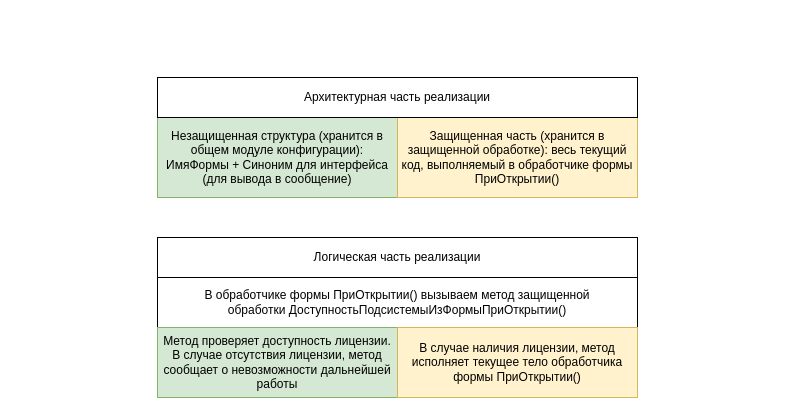
This is page "Архитектурная часть" (1 of 2) of WMS-13 Лицензирование модулей системы.drawio from flln23/TopLog_Diagrams, a draw.io file, before an edit. Source tidied: cells renumbered, new cells numbered last; positions are measured from the earlier drawing's top-left corner, leaving out a move shared by most shapes. Both pictures are drawn from the tidied source at 100%, with x=0, y=0 at pixel (157, 77).
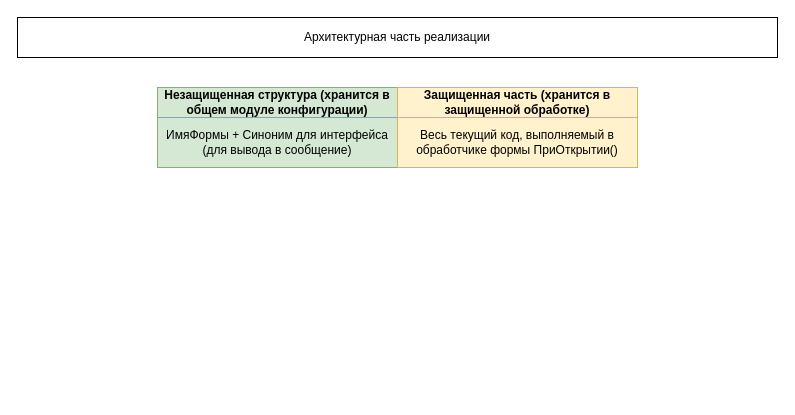
The same diagram, later.

Change to the diagram source:
```diff
@@
 <mxGraphModel>
   <root>
     <mxCell id="0" />
     <mxCell id="1" parent="0" />
-    <mxCell id="2" value="Незащищенная структура (хранится в общем модуле конфигурации):&lt;br&gt;ИмяФормы + Синоним для интерфейса (для вывода в сообщение)" style="rounded=0;whiteSpace=wrap;html=1;fillColor=#d5e8d4;strokeColor=#82b366;" parent="1" vertex="1">
-      <mxGeometry y="40" width="240" height="80" as="geometry" />
+    <mxCell id="2" value="ИмяФормы + Синоним для интерфейса (для вывода в сообщение)" style="rounded=0;whiteSpace=wrap;html=1;fillColor=#d5e8d4;strokeColor=#82b366;" parent="1" vertex="1">
+      <mxGeometry y="40" width="240" height="50" as="geometry" />
     </mxCell>
-    <mxCell id="3" value="Защищенная часть (хранится в защищенной обработке): весь текущий код, выполняемый в обработчике формы ПриОткрытии()" style="rounded=0;whiteSpace=wrap;html=1;fillColor=#fff2cc;strokeColor=#d6b656;" parent="1" vertex="1">
-      <mxGeometry x="240" y="40" width="240" height="80" as="geometry" />
+    <mxCell id="3" value="Весь текущий код, выполняемый в обработчике формы ПриОткрытии()" style="rounded=0;whiteSpace=wrap;html=1;fillColor=#fff2cc;strokeColor=#d6b656;" parent="1" vertex="1">
+      <mxGeometry x="240" y="40" width="240" height="50" as="geometry" />
     </mxCell>
-    <mxCell id="4" value="Логическая часть реализации" style="rounded=0;whiteSpace=wrap;html=1;" parent="1" vertex="1">
-      <mxGeometry y="160" width="480" height="40" as="geometry" />
-    </mxCell>
-    <mxCell id="5" value="В обработчике формы ПриОткрытии() вызываем метод защищенной обработки&amp;nbsp;ДоступностьПодсистемыИзФормыПриОткрытии()" style="rounded=0;whiteSpace=wrap;html=1;" parent="1" vertex="1">
-      <mxGeometry y="200" width="480" height="50" as="geometry" />
-    </mxCell>
-    <mxCell id="6" value="Метод проверяет доступность лицензии. В случае отсутствия лицензии, метод сообщает о невозможности дальнейшей работы" style="rounded=0;whiteSpace=wrap;html=1;fillColor=#d5e8d4;strokeColor=#82b366;" parent="1" vertex="1">
-      <mxGeometry y="250" width="240" height="70" as="geometry" />
-    </mxCell>
-    <mxCell id="7" value="В случае наличия лицензии, метод исполняет текущее тело обработчика формы ПриОткрытии()" style="rounded=0;whiteSpace=wrap;html=1;fillColor=#fff2cc;strokeColor=#d6b656;" parent="1" vertex="1">
-      <mxGeometry x="240" y="250" width="240" height="70" as="geometry" />
-    </mxCell>
     <mxCell id="8" value="Архитектурная часть реализации" style="rounded=0;whiteSpace=wrap;html=1;" parent="1" vertex="1">
-      <mxGeometry width="480" height="40" as="geometry" />
+      <mxGeometry x="-140" y="-60" width="760" height="40" as="geometry" />
     </mxCell>
+    <mxCell id="9" value="Незащищенная структура (хранится в общем модуле конфигурации)" style="rounded=0;whiteSpace=wrap;html=1;fillColor=#d5e8d4;strokeColor=#82b366;fontStyle=1;" parent="1" vertex="1">
+      <mxGeometry y="10" width="240" height="30" as="geometry" />
+    </mxCell>
+    <mxCell id="10" value="Защищенная часть (хранится в защищенной обработке)" style="rounded=0;whiteSpace=wrap;html=1;fontStyle=1;fillColor=#fff2cc;strokeColor=#d6b656;" parent="1" vertex="1">
+      <mxGeometry x="240" y="10" width="240" height="30" as="geometry" />
+    </mxCell>
   </root>
 </mxGraphModel>
```
